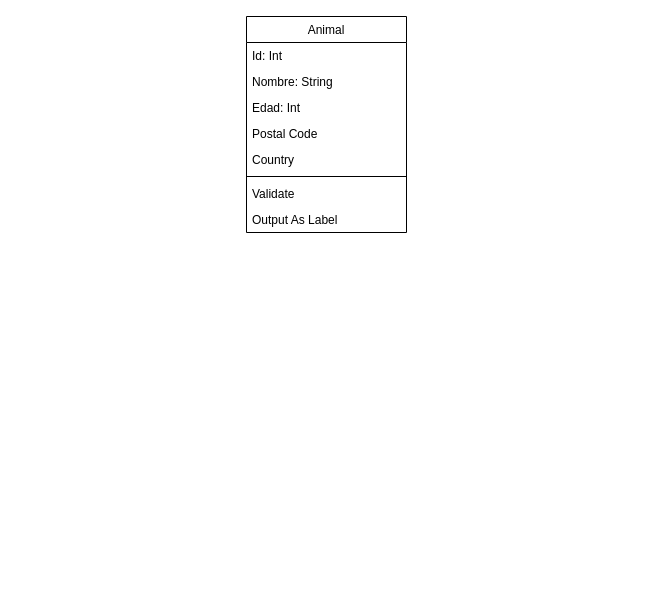
The draw.io diagram Diagrama de clases/DClases-zoológico.drawio in GRMiguelAngel/ETS, before the edit. Source tidied: cells renumbered, new cells numbered last; positions are measured from the earlier drawing's top-left corner, leaving out a move shared by most shapes. Both pictures are drawn from the tidied source at 100%, with x=0, y=0 at pixel (246, 16).
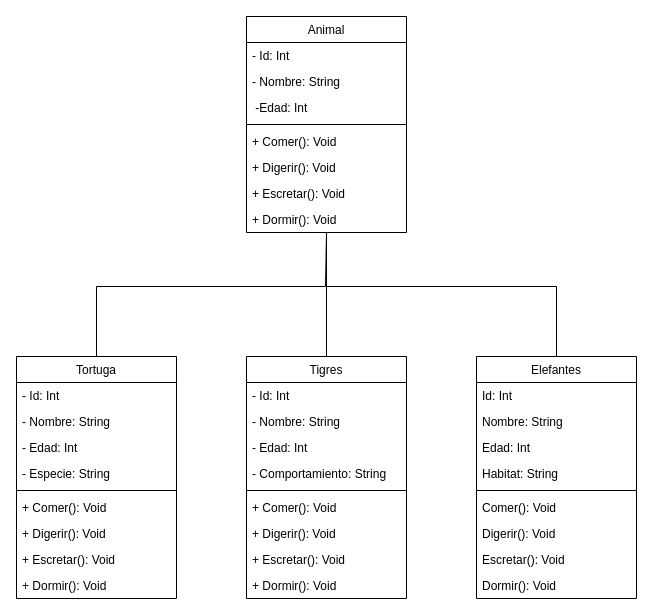
After the change.

The change refers to these unchanged cells:
```xml
<mxCell id="2" value="Animal" style="swimlane;fontStyle=0;align=center;verticalAlign=top;horizontal=1;startSize=26;rounded=0;shadow=0;strokeWidth=1;" parent="1" vertex="1">
  <mxGeometry width="160" height="216" as="geometry" />
</mxCell>
```

Change to the diagram source:
```diff
@@
-    <mxCell id="3" value="Id: Int" style="text;align=left;verticalAlign=top;spacingLeft=4;spacingRight=4;overflow=hidden;" parent="2" vertex="1">
+    <mxCell id="3" value="- Id: Int" style="text;align=left;verticalAlign=top;spacingLeft=4;spacingRight=4;overflow=hidden;" parent="2" vertex="1">
       <mxGeometry y="26" width="160" height="26" as="geometry" />
     </mxCell>
-    <mxCell id="4" value="Nombre: String" style="text;align=left;verticalAlign=top;spacingLeft=4;spacingRight=4;overflow=hidden;rounded=0;shadow=0;html=0;" parent="2" vertex="1">
+    <mxCell id="4" value="- Nombre: String" style="text;align=left;verticalAlign=top;spacingLeft=4;spacingRight=4;overflow=hidden;rounded=0;shadow=0;html=0;" parent="2" vertex="1">
       <mxGeometry y="52" width="160" height="26" as="geometry" />
     </mxCell>
-    <mxCell id="5" value="Edad: Int" style="text;align=left;verticalAlign=top;spacingLeft=4;spacingRight=4;overflow=hidden;rounded=0;shadow=0;html=0;" parent="2" vertex="1">
+    <mxCell id="5" value=" -Edad: Int" style="text;align=left;verticalAlign=top;spacingLeft=4;spacingRight=4;overflow=hidden;rounded=0;shadow=0;html=0;" parent="2" vertex="1">
       <mxGeometry y="78" width="160" height="26" as="geometry" />
     </mxCell>
-    <mxCell id="6" value="Postal Code" style="text;align=left;verticalAlign=top;spacingLeft=4;spacingRight=4;overflow=hidden;rounded=0;shadow=0;html=0;" parent="2" vertex="1">
-      <mxGeometry y="104" width="160" height="26" as="geometry" />
-    </mxCell>
-    <mxCell id="7" value="Country" style="text;align=left;verticalAlign=top;spacingLeft=4;spacingRight=4;overflow=hidden;rounded=0;shadow=0;html=0;" parent="2" vertex="1">
-      <mxGeometry y="130" width="160" height="26" as="geometry" />
-    </mxCell>
     <mxCell id="8" style="line;html=1;strokeWidth=1;align=left;verticalAlign=middle;spacingTop=-1;spacingLeft=3;spacingRight=3;labelPosition=right;" parent="2" vertex="1">
-      <mxGeometry y="156" width="160" height="8" as="geometry" />
+      <mxGeometry y="104" width="160" height="8" as="geometry" />
     </mxCell>
-    <mxCell id="9" value="Validate" style="text;align=left;verticalAlign=top;spacingLeft=4;spacingRight=4;overflow=hidden;" parent="2" vertex="1">
-      <mxGeometry y="164" width="160" height="26" as="geometry" />
-    </mxCell>
-    <mxCell id="10" value="Output As Label" style="text;align=left;verticalAlign=top;spacingLeft=4;spacingRight=4;overflow=hidden;" parent="2" vertex="1">
-      <mxGeometry y="190" width="160" height="26" as="geometry" />
-    </mxCell>
+    <mxCell id="11" value="+ Comer(): Void" style="text;align=left;verticalAlign=top;spacingLeft=4;spacingRight=4;overflow=hidden;" parent="2" vertex="1">
+      <mxGeometry y="112" width="160" height="26" as="geometry" />
+    </mxCell>
+    <mxCell id="12" value="+ Digerir(): Void" style="text;align=left;verticalAlign=top;spacingLeft=4;spacingRight=4;overflow=hidden;" parent="2" vertex="1">
+      <mxGeometry y="138" width="160" height="26" as="geometry" />
+    </mxCell>
+    <mxCell id="13" value="+ Escretar(): Void" style="text;align=left;verticalAlign=top;spacingLeft=4;spacingRight=4;overflow=hidden;" parent="2" vertex="1">
+      <mxGeometry y="164" width="160" height="26" as="geometry" />
+    </mxCell>
+    <mxCell id="14" value="+ Dormir(): Void" style="text;align=left;verticalAlign=top;spacingLeft=4;spacingRight=4;overflow=hidden;points=[[0,0.5],[1,0.5]];portConstraint=eastwest;" parent="2" vertex="1">
+      <mxGeometry y="190" width="160" height="26" as="geometry" />
+    </mxCell>
+    <mxCell id="15" value="Tortuga" style="swimlane;fontStyle=0;align=center;verticalAlign=top;horizontal=1;startSize=26;rounded=0;shadow=0;strokeWidth=1;" parent="1" vertex="1">
+      <mxGeometry x="-230" y="340" width="160" height="242" as="geometry" />
+    </mxCell>
+    <mxCell id="16" value="- Id: Int" style="text;align=left;verticalAlign=top;spacingLeft=4;spacingRight=4;overflow=hidden;" parent="15" vertex="1">
+      <mxGeometry y="26" width="160" height="26" as="geometry" />
+    </mxCell>
+    <mxCell id="17" value="- Nombre: String" style="text;align=left;verticalAlign=top;spacingLeft=4;spacingRight=4;overflow=hidden;rounded=0;shadow=0;html=0;" parent="15" vertex="1">
+      <mxGeometry y="52" width="160" height="26" as="geometry" />
+    </mxCell>
+    <mxCell id="18" value="- Edad: Int" style="text;align=left;verticalAlign=top;spacingLeft=4;spacingRight=4;overflow=hidden;rounded=0;shadow=0;html=0;" parent="15" vertex="1">
+      <mxGeometry y="78" width="160" height="26" as="geometry" />
+    </mxCell>
+    <mxCell id="19" value="- Especie: String" style="text;align=left;verticalAlign=top;spacingLeft=4;spacingRight=4;overflow=hidden;rounded=0;shadow=0;html=0;" parent="15" vertex="1">
+      <mxGeometry y="104" width="160" height="26" as="geometry" />
+    </mxCell>
+    <mxCell id="20" style="line;html=1;strokeWidth=1;align=left;verticalAlign=middle;spacingTop=-1;spacingLeft=3;spacingRight=3;labelPosition=right;" parent="15" vertex="1">
+      <mxGeometry y="130" width="160" height="8" as="geometry" />
+    </mxCell>
+    <mxCell id="21" value="+ Comer(): Void" style="text;align=left;verticalAlign=top;spacingLeft=4;spacingRight=4;overflow=hidden;" parent="15" vertex="1">
+      <mxGeometry y="138" width="160" height="26" as="geometry" />
+    </mxCell>
+    <mxCell id="22" value="+ Digerir(): Void" style="text;align=left;verticalAlign=top;spacingLeft=4;spacingRight=4;overflow=hidden;" parent="15" vertex="1">
+      <mxGeometry y="164" width="160" height="26" as="geometry" />
+    </mxCell>
+    <mxCell id="23" value="+ Escretar(): Void" style="text;align=left;verticalAlign=top;spacingLeft=4;spacingRight=4;overflow=hidden;" parent="15" vertex="1">
+      <mxGeometry y="190" width="160" height="26" as="geometry" />
+    </mxCell>
+    <mxCell id="24" value="+ Dormir(): Void" style="text;align=left;verticalAlign=top;spacingLeft=4;spacingRight=4;overflow=hidden;" parent="15" vertex="1">
+      <mxGeometry y="216" width="160" height="26" as="geometry" />
+    </mxCell>
+    <mxCell id="25" value="Tigres" style="swimlane;fontStyle=0;align=center;verticalAlign=top;horizontal=1;startSize=26;rounded=0;shadow=0;strokeWidth=1;" parent="1" vertex="1">
+      <mxGeometry y="340" width="160" height="242" as="geometry" />
+    </mxCell>
+    <mxCell id="26" value="- Id: Int" style="text;align=left;verticalAlign=top;spacingLeft=4;spacingRight=4;overflow=hidden;" parent="25" vertex="1">
+      <mxGeometry y="26" width="160" height="26" as="geometry" />
+    </mxCell>
+    <mxCell id="27" value="- Nombre: String" style="text;align=left;verticalAlign=top;spacingLeft=4;spacingRight=4;overflow=hidden;rounded=0;shadow=0;html=0;" parent="25" vertex="1">
+      <mxGeometry y="52" width="160" height="26" as="geometry" />
+    </mxCell>
+    <mxCell id="28" value="- Edad: Int" style="text;align=left;verticalAlign=top;spacingLeft=4;spacingRight=4;overflow=hidden;rounded=0;shadow=0;html=0;" parent="25" vertex="1">
+      <mxGeometry y="78" width="160" height="26" as="geometry" />
+    </mxCell>
+    <mxCell id="29" value="- Comportamiento: String" style="text;align=left;verticalAlign=top;spacingLeft=4;spacingRight=4;overflow=hidden;rounded=0;shadow=0;html=0;" parent="25" vertex="1">
+      <mxGeometry y="104" width="160" height="26" as="geometry" />
+    </mxCell>
+    <mxCell id="30" style="line;html=1;strokeWidth=1;align=left;verticalAlign=middle;spacingTop=-1;spacingLeft=3;spacingRight=3;labelPosition=right;" parent="25" vertex="1">
+      <mxGeometry y="130" width="160" height="8" as="geometry" />
+    </mxCell>
+    <mxCell id="31" value="+ Comer(): Void" style="text;align=left;verticalAlign=top;spacingLeft=4;spacingRight=4;overflow=hidden;" parent="25" vertex="1">
+      <mxGeometry y="138" width="160" height="26" as="geometry" />
+    </mxCell>
+    <mxCell id="32" value="+ Digerir(): Void" style="text;align=left;verticalAlign=top;spacingLeft=4;spacingRight=4;overflow=hidden;" parent="25" vertex="1">
+      <mxGeometry y="164" width="160" height="26" as="geometry" />
+    </mxCell>
+    <mxCell id="33" value="+ Escretar(): Void" style="text;align=left;verticalAlign=top;spacingLeft=4;spacingRight=4;overflow=hidden;" parent="25" vertex="1">
+      <mxGeometry y="190" width="160" height="26" as="geometry" />
+    </mxCell>
+    <mxCell id="34" value="+ Dormir(): Void" style="text;align=left;verticalAlign=top;spacingLeft=4;spacingRight=4;overflow=hidden;" parent="25" vertex="1">
+      <mxGeometry y="216" width="160" height="26" as="geometry" />
+    </mxCell>
+    <mxCell id="35" style="edgeStyle=orthogonalEdgeStyle;rounded=0;jettySize=auto;html=1;entryX=0.5;entryY=1;entryDx=0;entryDy=0;endArrow=none;endFill=0;" parent="1" edge="1" source="36" target="2">
+      <mxGeometry relative="1" as="geometry">
+        <Array as="points">
+          <mxPoint x="310" y="270" />
+          <mxPoint x="80" y="270" />
+        </Array>
+      </mxGeometry>
+    </mxCell>
+    <mxCell id="36" value="Elefantes" style="swimlane;fontStyle=0;align=center;verticalAlign=top;horizontal=1;startSize=26;rounded=0;shadow=0;strokeWidth=1;" parent="1" vertex="1">
+      <mxGeometry x="230" y="340" width="160" height="242" as="geometry" />
+    </mxCell>
+    <mxCell id="37" value="Id: Int" style="text;align=left;verticalAlign=top;spacingLeft=4;spacingRight=4;overflow=hidden;" parent="36" vertex="1">
+      <mxGeometry y="26" width="160" height="26" as="geometry" />
+    </mxCell>
+    <mxCell id="38" value="Nombre: String" style="text;align=left;verticalAlign=top;spacingLeft=4;spacingRight=4;overflow=hidden;rounded=0;shadow=0;html=0;" parent="36" vertex="1">
+      <mxGeometry y="52" width="160" height="26" as="geometry" />
+    </mxCell>
+    <mxCell id="39" value="Edad: Int" style="text;align=left;verticalAlign=top;spacingLeft=4;spacingRight=4;overflow=hidden;rounded=0;shadow=0;html=0;" parent="36" vertex="1">
+      <mxGeometry y="78" width="160" height="26" as="geometry" />
+    </mxCell>
+    <mxCell id="40" value="Habitat: String" style="text;align=left;verticalAlign=top;spacingLeft=4;spacingRight=4;overflow=hidden;rounded=0;shadow=0;html=0;" parent="36" vertex="1">
+      <mxGeometry y="104" width="160" height="26" as="geometry" />
+    </mxCell>
+    <mxCell id="41" style="line;html=1;strokeWidth=1;align=left;verticalAlign=middle;spacingTop=-1;spacingLeft=3;spacingRight=3;labelPosition=right;" parent="36" vertex="1">
+      <mxGeometry y="130" width="160" height="8" as="geometry" />
+    </mxCell>
+    <mxCell id="42" value="Comer(): Void" style="text;align=left;verticalAlign=top;spacingLeft=4;spacingRight=4;overflow=hidden;" parent="36" vertex="1">
+      <mxGeometry y="138" width="160" height="26" as="geometry" />
+    </mxCell>
+    <mxCell id="43" value="Digerir(): Void" style="text;align=left;verticalAlign=top;spacingLeft=4;spacingRight=4;overflow=hidden;" parent="36" vertex="1">
+      <mxGeometry y="164" width="160" height="26" as="geometry" />
+    </mxCell>
+    <mxCell id="44" value="Escretar(): Void" style="text;align=left;verticalAlign=top;spacingLeft=4;spacingRight=4;overflow=hidden;" parent="36" vertex="1">
+      <mxGeometry y="190" width="160" height="26" as="geometry" />
+    </mxCell>
+    <mxCell id="45" value="Dormir(): Void" style="text;align=left;verticalAlign=top;spacingLeft=4;spacingRight=4;overflow=hidden;" parent="36" vertex="1">
+      <mxGeometry y="216" width="160" height="26" as="geometry" />
+    </mxCell>
+    <mxCell id="46" style="edgeStyle=orthogonalEdgeStyle;rounded=0;jettySize=auto;html=1;endArrow=none;endFill=0;entryX=0.5;entryY=1;entryDx=0;entryDy=0;entryPerimeter=0;" parent="1" edge="1" source="15" target="14">
+      <mxGeometry relative="1" as="geometry">
+        <Array as="points">
+          <mxPoint x="-150" y="270" />
+          <mxPoint x="79" y="270" />
+        </Array>
+      </mxGeometry>
+    </mxCell>
+    <mxCell id="47" style="edgeStyle=orthogonalEdgeStyle;rounded=0;jettySize=auto;html=1;entryX=0.5;entryY=1;entryDx=0;entryDy=0;entryPerimeter=0;endArrow=none;endFill=0;" parent="1" edge="1" source="25" target="14">
+      <mxGeometry relative="1" as="geometry" />
+    </mxCell>
```
